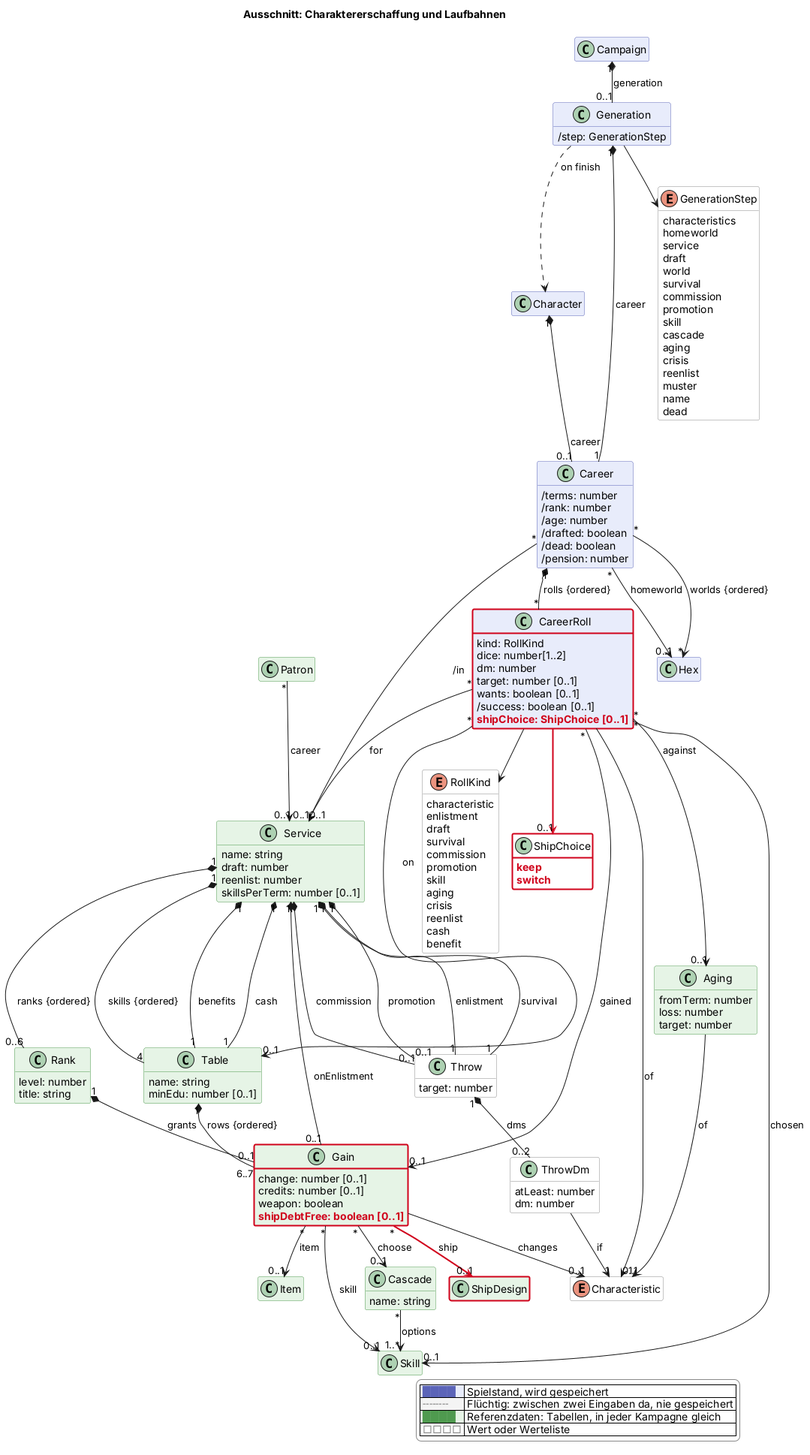
Earlier version of the PlantUML export docs/views/erschaffung.png (scuzzar/SRE).
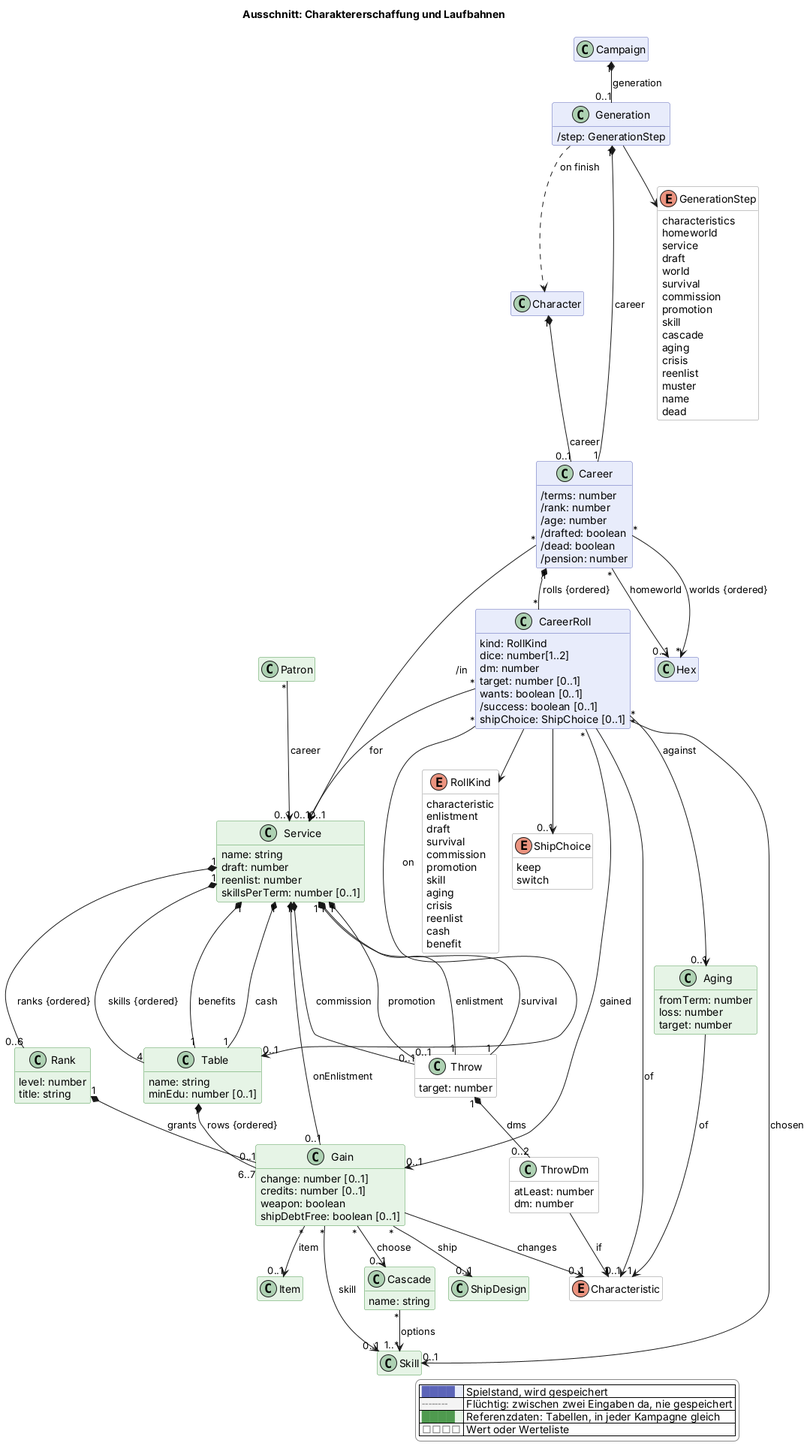
The same diagram one commit later.

The edit, as a diff of the source:
```diff
@@ -69,7 +69,7 @@
   class Campaign $kampagne
   class Character $charakter
 
-  class ShipDesign <<reference>> $schiffe $newClass("2026-11-16")
+  class ShipDesign <<reference>> $schiffe
 
   class Generation $erschaffung {
     /step: GenerationStep
@@ -89,7 +89,7 @@
     target: number [0..1]
     wants: boolean [0..1]
     /success: boolean [0..1]
-    $new("2026-11-16", "shipChoice: ShipChoice [0..1]")
+    shipChoice: ShipChoice [0..1]
   }
 
   class Hex $sektor
@@ -124,7 +124,7 @@
     change: number [0..1]
     credits: number [0..1]
     weapon: boolean
-    $new("2026-11-16", "shipDebtFree: boolean [0..1]")
+    shipDebtFree: boolean [0..1]
   }
   class Item <<reference>> $shop
   class Cascade <<reference>> $erschaffung {
@@ -149,9 +149,9 @@
     cash
     benefit
   }
-  enum ShipChoice <<value>> $erschaffung $newClass("2026-11-16") {
-    $new("2026-11-16", "keep")
-    $new("2026-11-16", "switch")
+  enum ShipChoice <<value>> $erschaffung {
+    keep
+    switch
   }
   enum GenerationStep <<value>> $erschaffung {
     characteristics
@@ -174,7 +174,7 @@
   enum Characteristic <<value>> $charakter
 
 
-Gain "*" -$newArrow("2026-11-16")-> "0..1" ShipDesign : ship
+Gain "*" --> "0..1" ShipDesign : ship
 
 
 Campaign "1" *-- "0..1" Generation : generation
@@ -187,7 +187,7 @@
 Career "*" --> "0..1" Hex : homeworld
 Career "*" --> "*" Hex : worlds {ordered}
 CareerRoll --> RollKind
-CareerRoll -$newArrow("2026-11-16")-> "0..1" ShipChoice
+CareerRoll --> "0..1" ShipChoice
 CareerRoll --> "0..1" Characteristic : of
 CareerRoll "*" --> "0..1" Service : for
 CareerRoll "*" --> "0..1" Table : on
@@ -231,8 +231,4 @@
   |<#e6f4e6> <color:#4f9a4f>████</color> | Referenzdaten: Tabellen, in jeder Kampagne gleich |
   |<#ffffff> <color:#8a8a8a>□□□□</color> | Wert oder Werteliste |
 endlegend
-class ShipDesign #line:d0021b;line.bold
-class CareerRoll #line:d0021b;line.bold
-class Gain #line:d0021b;line.bold
-class ShipChoice #line:d0021b;line.bold
 @enduml
```
